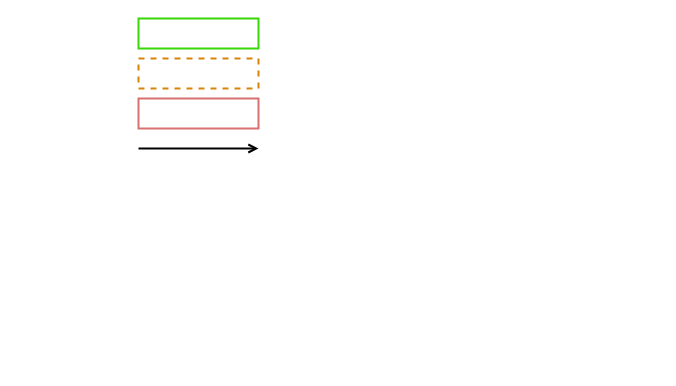
The draw.io diagram Untitled Diagram.drawio in upendraph/upendraph, before the edit. Source tidied: cells renumbered, new cells numbered last; positions are measured from the earlier drawing's top-left corner, leaving out a move shared by most shapes. Both pictures are drawn from the tidied source at 100%, with x=0, y=0 at pixel (138, 18).
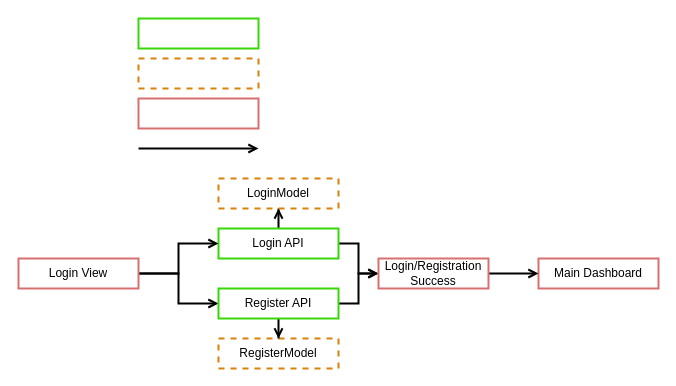
Above is the later version.

The edit, as a diff of the source:
```diff
@@
+    <mxCell id="6" style="edgeStyle=orthogonalEdgeStyle;rounded=0;jettySize=auto;html=1;endArrow=open;endFill=0;strokeColor=#000000;strokeWidth=2;" parent="1" edge="1" source="8" target="12">
+      <mxGeometry relative="1" as="geometry" />
+    </mxCell>
+    <mxCell id="7" style="edgeStyle=orthogonalEdgeStyle;rounded=0;jettySize=auto;html=1;entryX=0;entryY=0.5;entryDx=0;entryDy=0;endArrow=open;endFill=0;strokeColor=#000000;strokeWidth=2;" parent="1" edge="1" source="8" target="19">
+      <mxGeometry relative="1" as="geometry" />
+    </mxCell>
+    <mxCell id="8" value="Login API" style="rounded=0;whiteSpace=wrap;html=1;fillColor=none;strokeColor=#39D709;strokeWidth=2;" parent="1" vertex="1">
+      <mxGeometry x="80" y="210" width="120" height="30" as="geometry" />
+    </mxCell>
+    <mxCell id="9" style="edgeStyle=orthogonalEdgeStyle;rounded=0;jettySize=auto;html=1;entryX=0;entryY=0.5;entryDx=0;entryDy=0;endArrow=open;endFill=0;strokeColor=#000000;strokeWidth=2;" parent="1" edge="1" source="11" target="8">
+      <mxGeometry relative="1" as="geometry" />
+    </mxCell>
+    <mxCell id="10" style="edgeStyle=orthogonalEdgeStyle;rounded=0;jettySize=auto;html=1;entryX=0;entryY=0.5;entryDx=0;entryDy=0;endArrow=open;endFill=0;strokeColor=#000000;strokeWidth=2;" parent="1" edge="1" source="11" target="17">
+      <mxGeometry relative="1" as="geometry" />
+    </mxCell>
+    <mxCell id="11" value="Login View" style="rounded=0;whiteSpace=wrap;html=1;fillColor=none;strokeColor=#D77070;strokeWidth=2;" parent="1" vertex="1">
+      <mxGeometry x="-120" y="240" width="120" height="30" as="geometry" />
+    </mxCell>
+    <mxCell id="12" value="LoginModel" style="rounded=0;whiteSpace=wrap;html=1;fillColor=none;strokeColor=#D78409;strokeWidth=2;dashed=1;" parent="1" vertex="1">
+      <mxGeometry x="80" y="160" width="120" height="30" as="geometry" />
+    </mxCell>
+    <mxCell id="13" value="Main Dashboard" style="rounded=0;whiteSpace=wrap;html=1;fillColor=none;strokeColor=#D77070;strokeWidth=2;" parent="1" vertex="1">
+      <mxGeometry x="400" y="240" width="120" height="30" as="geometry" />
+    </mxCell>
+    <mxCell id="14" value="RegisterModel" style="rounded=0;whiteSpace=wrap;html=1;fillColor=none;strokeColor=#D78409;strokeWidth=2;dashed=1;" parent="1" vertex="1">
+      <mxGeometry x="80" y="320" width="120" height="30" as="geometry" />
+    </mxCell>
+    <mxCell id="15" style="edgeStyle=orthogonalEdgeStyle;rounded=0;jettySize=auto;html=1;exitX=0.5;exitY=1;exitDx=0;exitDy=0;endArrow=open;endFill=0;strokeColor=#000000;strokeWidth=2;" parent="1" edge="1" source="17" target="14">
+      <mxGeometry relative="1" as="geometry" />
+    </mxCell>
+    <mxCell id="16" style="edgeStyle=orthogonalEdgeStyle;rounded=0;jettySize=auto;html=1;endArrow=open;endFill=0;strokeColor=#000000;strokeWidth=2;" parent="1" edge="1" source="17" target="19">
+      <mxGeometry relative="1" as="geometry" />
+    </mxCell>
+    <mxCell id="17" value="Register API" style="rounded=0;whiteSpace=wrap;html=1;fillColor=none;strokeColor=#39D709;strokeWidth=2;" parent="1" vertex="1">
+      <mxGeometry x="80" y="270" width="120" height="30" as="geometry" />
+    </mxCell>
+    <mxCell id="18" style="edgeStyle=orthogonalEdgeStyle;rounded=0;jettySize=auto;html=1;endArrow=open;endFill=0;strokeColor=#000000;strokeWidth=2;" parent="1" edge="1" source="19" target="13">
+      <mxGeometry relative="1" as="geometry" />
+    </mxCell>
+    <mxCell id="19" value="Login/Registration Success" style="rounded=0;whiteSpace=wrap;html=1;fillColor=none;strokeColor=#D77070;strokeWidth=2;" parent="1" vertex="1">
+      <mxGeometry x="240" y="240" width="110" height="30" as="geometry" />
+    </mxCell>
+    <mxCell id="20" style="edgeStyle=orthogonalEdgeStyle;rounded=0;orthogonalLoop=1;jettySize=auto;html=1;exitX=0.5;exitY=1;exitDx=0;exitDy=0;endArrow=open;endFill=0;strokeColor=#000000;strokeWidth=2;" parent="1" edge="1" source="12" target="12">
+      <mxGeometry relative="1" as="geometry" />
+    </mxCell>
```
